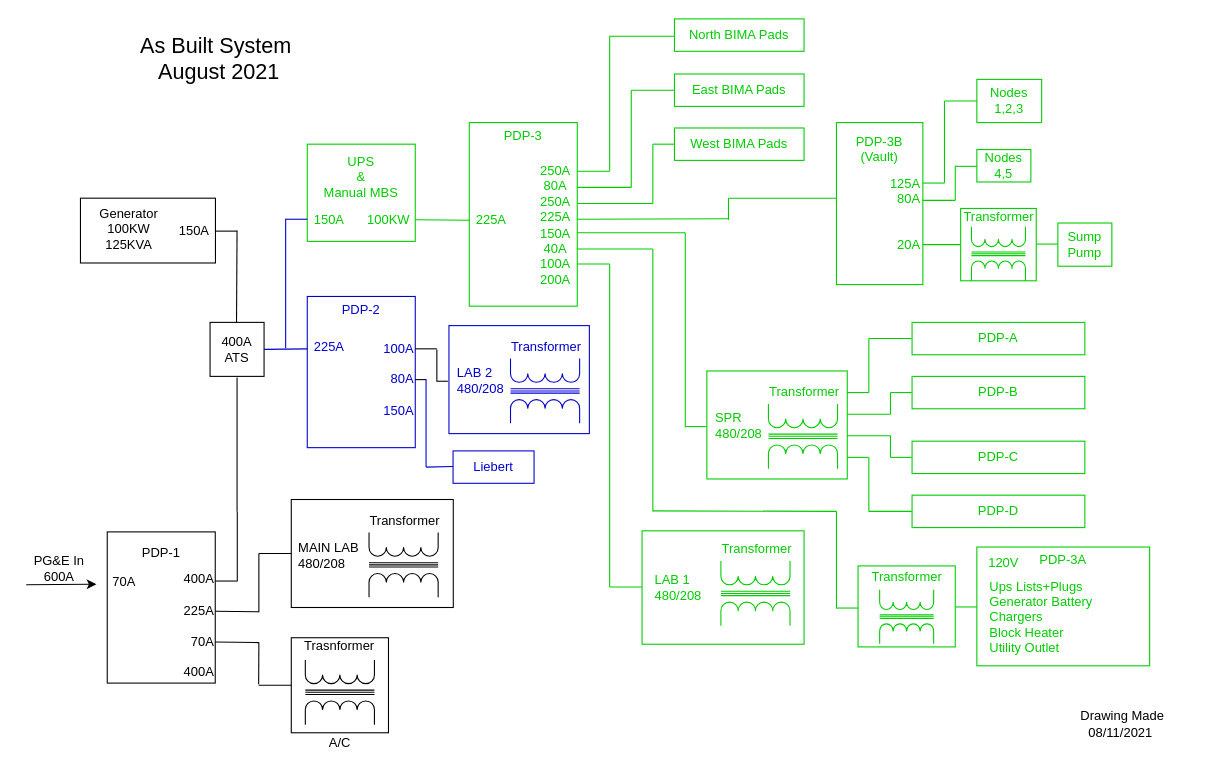
The draw.io diagram HVAC-Signal-Processing-Room/HCRO Main Power Distribution.drawio in SETIatHCRO/Front-Page, before the edit. Source tidied: cells renumbered, new cells numbered last; positions are measured from the earlier drawing's top-left corner, leaving out a move shared by most shapes. Both pictures are drawn from the tidied source at 108%, with x=0, y=0 at pixel (26, 18).
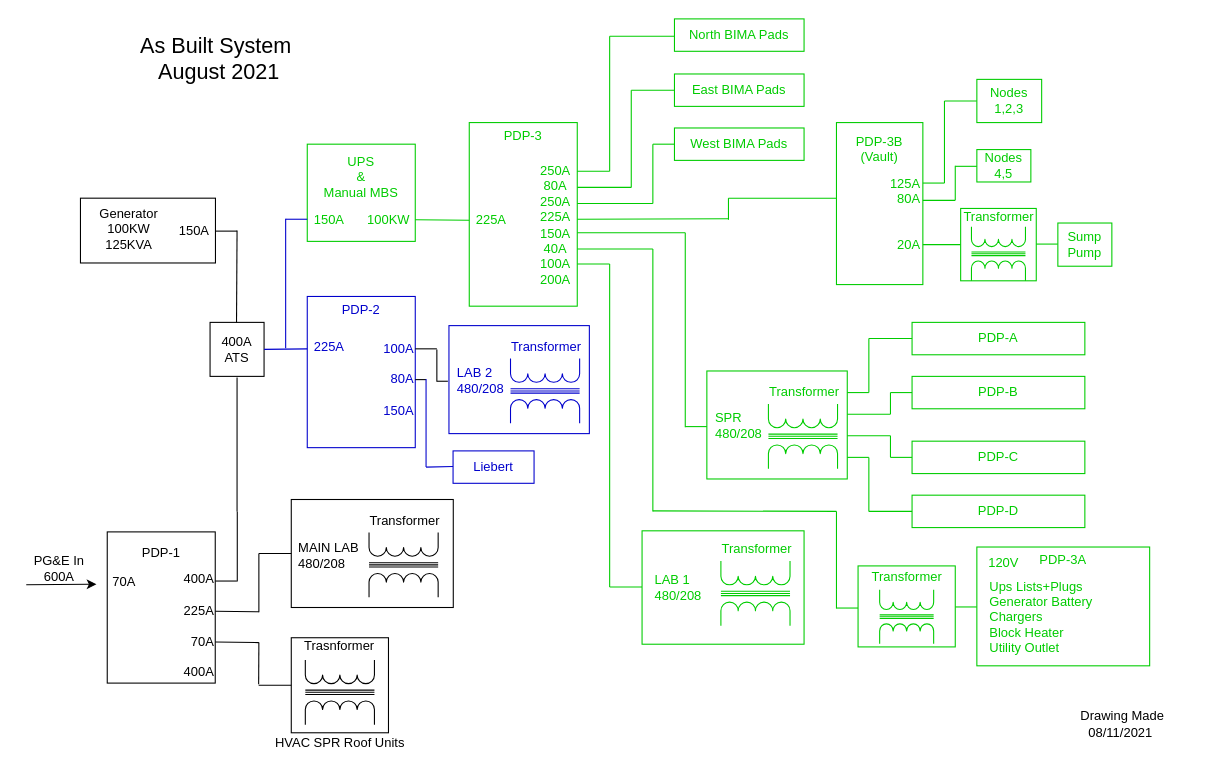
The same page after the edit.

Commit message (it also covers changes not shown here):
Power Diagram Update

Change to the diagram source:
```diff
@@
-    <mxCell id="107" value="A/C" style="text;html=1;align=center;verticalAlign=middle;strokeColor=none;" parent="1" vertex="1">
-      <mxGeometry x="270.2" y="661" width="40" height="20" as="geometry" />
+    <mxCell id="107" value="HVAC SPR Roof Units" style="text;html=1;align=center;verticalAlign=middle;strokeColor=none;" parent="1" vertex="1">
+      <mxGeometry x="220.2" y="661" width="140" height="20" as="geometry" />
     </mxCell>
```
